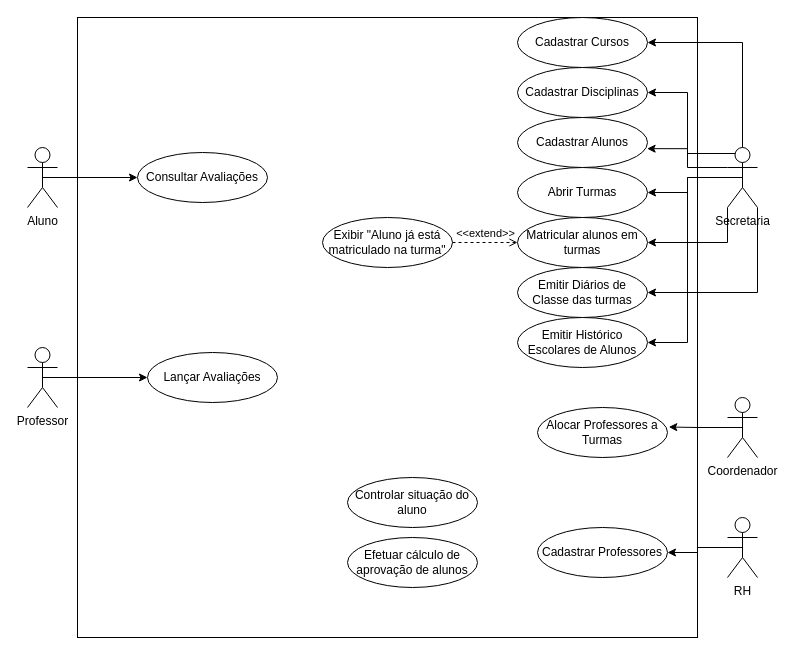
This is pas-pset-03.drawio from Vitorir/software-architecture, a draw.io file, before an edit. Source tidied: cells renumbered, new cells numbered last; positions are measured from the earlier drawing's top-left corner, leaving out a move shared by most shapes. Both pictures are drawn from the tidied source at 100%, with x=0, y=0 at pixel (27, 17).
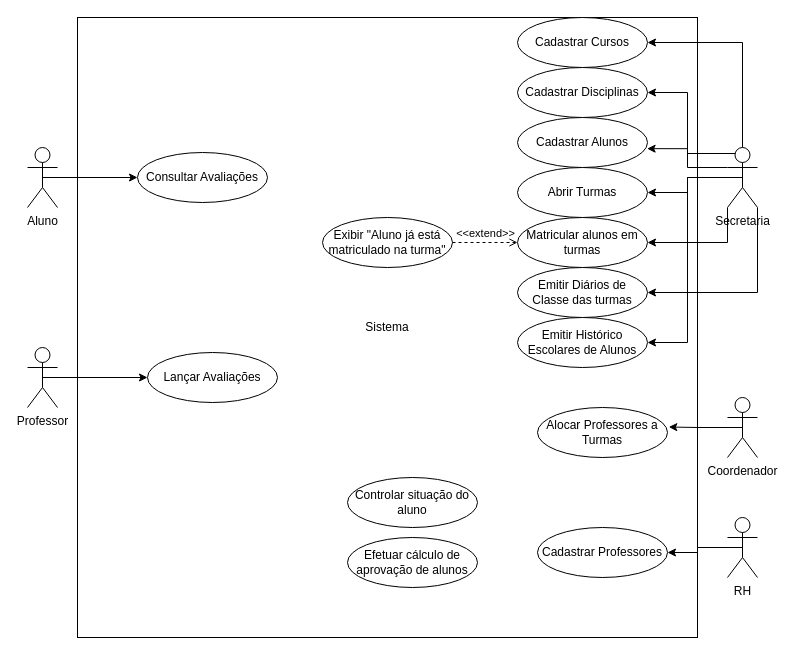
Above is the later version.

Change to the diagram source:
```diff
@@
-    <mxCell id="2" style="whiteSpace=wrap;html=1;" parent="1" vertex="1">
+    <mxCell id="2" value="Sistema" style="whiteSpace=wrap;html=1;" parent="1" vertex="1">
       <mxGeometry x="50" width="620" height="620" as="geometry" />
     </mxCell>
```
